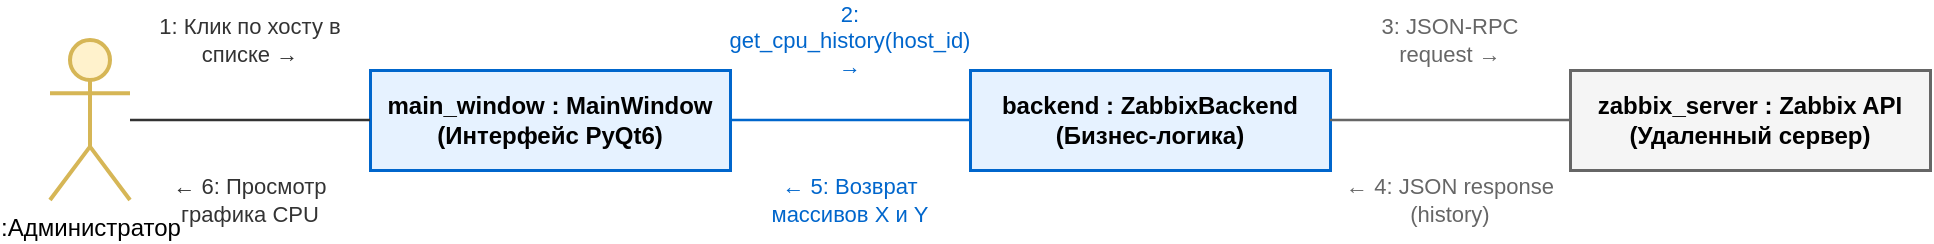
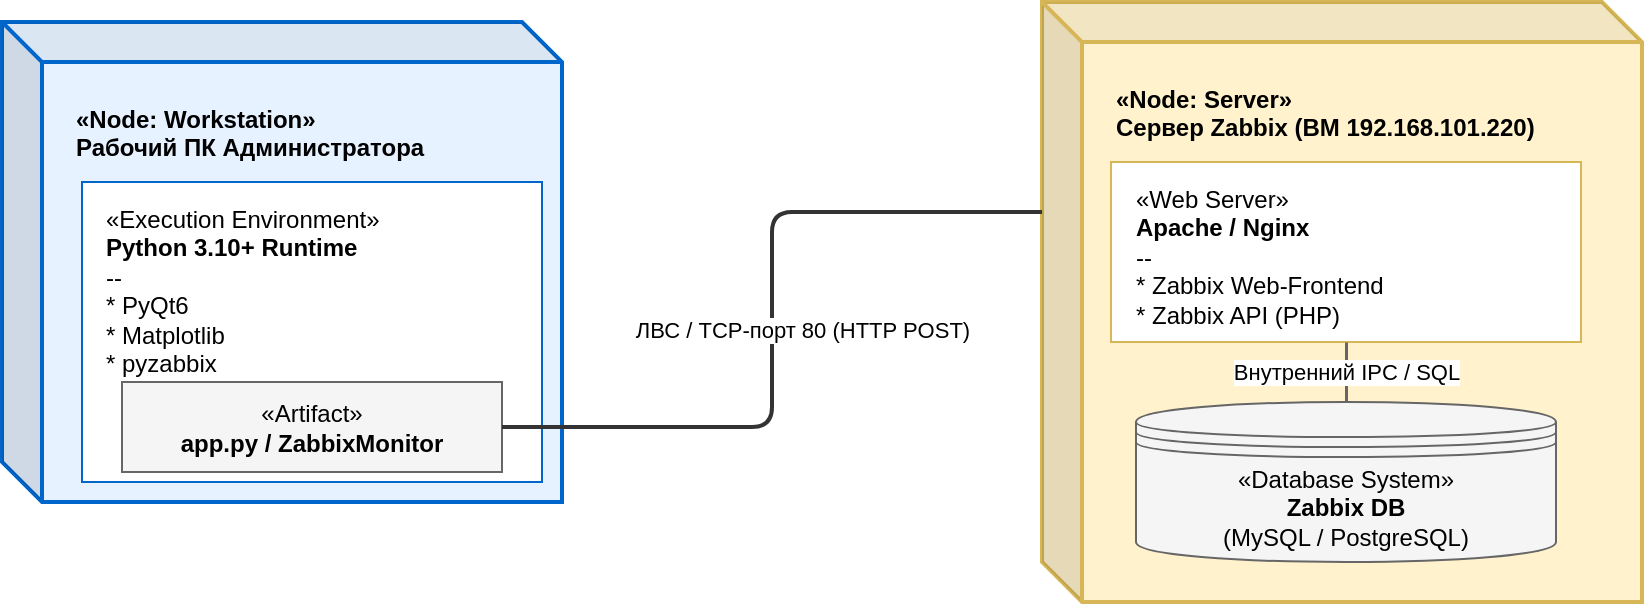
<mxfile host="app.diagrams.net">
-   <diagram name="Диаграмма коопераций" id="65SV-HAAZTgRo7S4jJKr">
-     <mxGraphModel dx="2343" dy="1313" grid="1" gridSize="10" guides="1" tooltips="1" connect="1" arrows="1" fold="1" page="1" pageScale="1" pageWidth="827" pageHeight="1169" math="0" shadow="0">
+   <diagram name="Диаграмма развертываний" id="65SV-HAAZTgRo7S4jJKr">
+     <mxGraphModel dx="1654" dy="927" grid="1" gridSize="10" guides="1" tooltips="1" connect="1" arrows="1" fold="1" page="1" pageScale="1" pageWidth="827" pageHeight="1169" math="0" shadow="0">
      <root>
        <mxCell id="0" />
        <mxCell id="1" parent="0" />
-         <mxCell id="gegtC7HxZWgpFShu-0Bw-50" parent="1" style="shape=umlActor;verticalLabelPosition=bottom;verticalAlign=top;html=1;strokeWidth=2;fillColor=#FFF2CC;strokeColor=#D6B656;" value=":Администратор" vertex="1">
-           <mxGeometry height="80" width="40" x="500" y="510" as="geometry" />
+         <mxCell id="gegtC7HxZWgpFShu-0Bw-42" parent="1" style="shape=cube;whiteSpace=wrap;html=1;boundedLbl=1;backgroundOutline=1;darkOpacity=0.05;darkOpacity2=0.1;fillColor=#E6F2FF;strokeColor=#0066CC;strokeWidth=2;align=left;verticalAlign=top;spacingTop=15;spacingLeft=15;fontStyle=1;" value="«Node: Workstation»&#xa;&lt;b&gt;Рабочий ПК Администратора&lt;/b&gt;" vertex="1">
+           <mxGeometry height="240" width="280" x="220" y="600" as="geometry" />
        </mxCell>
-         <mxCell id="gegtC7HxZWgpFShu-0Bw-51" parent="1" style="html=1;whiteSpace=wrap;fillColor=#E6F2FF;strokeColor=#0066CC;strokeWidth=1.5;fontStyle=1;align=center;" value="main_window : MainWindow&#xa;(Интерфейс PyQt6)" vertex="1">
-           <mxGeometry height="50" width="180" x="660" y="525" as="geometry" />
+         <mxCell id="gegtC7HxZWgpFShu-0Bw-43" parent="gegtC7HxZWgpFShu-0Bw-42" style="html=1;whiteSpace=wrap;fillColor=#FFFFFF;strokeColor=#0066CC;align=left;verticalAlign=top;spacingLeft=10;spacingTop=5;" value="«Execution Environment»&#xa;&lt;b&gt;Python 3.10+ Runtime&lt;/b&gt;&#xa;--&#xa;* PyQt6&#xa;* Matplotlib&#xa;* pyzabbix" vertex="1">
+           <mxGeometry height="150" width="230" x="40" y="80" as="geometry" />
        </mxCell>
-         <mxCell id="gegtC7HxZWgpFShu-0Bw-52" parent="1" style="html=1;whiteSpace=wrap;fillColor=#E6F2FF;strokeColor=#0066CC;strokeWidth=1.5;fontStyle=1;align=center;" value="backend : ZabbixBackend&#xa;(Бизнес-логика)" vertex="1">
-           <mxGeometry height="50" width="180" x="960" y="525" as="geometry" />
+         <mxCell id="gegtC7HxZWgpFShu-0Bw-44" parent="gegtC7HxZWgpFShu-0Bw-43" style="html=1;whiteSpace=wrap;fillColor=#F5F5F5;strokeColor=#666666;" value="«Artifact»&#xa;&lt;b&gt;app.py / ZabbixMonitor&lt;/b&gt;" vertex="1">
+           <mxGeometry height="45" width="190" x="20" y="100" as="geometry" />
        </mxCell>
-         <mxCell id="gegtC7HxZWgpFShu-0Bw-53" parent="1" style="html=1;whiteSpace=wrap;fillColor=#F5F5F5;strokeColor=#666666;strokeWidth=1.5;fontStyle=1;align=center;" value="zabbix_server : Zabbix API&#xa;(Удаленный сервер)" vertex="1">
-           <mxGeometry height="50" width="180" x="1260" y="525" as="geometry" />
+         <mxCell id="gegtC7HxZWgpFShu-0Bw-45" parent="1" style="shape=cube;whiteSpace=wrap;html=1;boundedLbl=1;backgroundOutline=1;darkOpacity=0.05;darkOpacity2=0.1;fillColor=#FFF2CC;strokeColor=#D6B656;strokeWidth=2;align=left;verticalAlign=top;spacingTop=15;spacingLeft=15;fontStyle=1;" value="«Node: Server»&#xa;&lt;b&gt;Сервер Zabbix (ВМ 192.168.101.220)&lt;/b&gt;" vertex="1">
+           <mxGeometry height="300" width="300" x="740" y="590" as="geometry" />
        </mxCell>
-         <mxCell id="gegtC7HxZWgpFShu-0Bw-54" edge="1" parent="1" source="gegtC7HxZWgpFShu-0Bw-50" style="endArrow=none;html=1;strokeWidth=1.2;strokeColor=#333333;" target="gegtC7HxZWgpFShu-0Bw-51">
+         <mxCell id="gegtC7HxZWgpFShu-0Bw-46" parent="gegtC7HxZWgpFShu-0Bw-45" style="html=1;whiteSpace=wrap;fillColor=#FFFFFF;strokeColor=#D6B656;align=left;verticalAlign=top;spacingLeft=10;spacingTop=5;" value="«Web Server»&#xa;&lt;b&gt;Apache / Nginx&lt;/b&gt;&#xa;--&#xa;* Zabbix Web-Frontend&#xa;* Zabbix API (PHP)" vertex="1">
+           <mxGeometry height="90" width="235" x="34.5" y="80" as="geometry" />
+         </mxCell>
+         <mxCell id="gegtC7HxZWgpFShu-0Bw-47" parent="gegtC7HxZWgpFShu-0Bw-45" style="shape=datastore;whiteSpace=wrap;html=1;fillColor=#F5F5F5;strokeColor=#666666;align=center;" value="«Database System»&#xa;&lt;b&gt;Zabbix DB&lt;/b&gt;&#xa;(MySQL / PostgreSQL)" vertex="1">
+           <mxGeometry height="80" width="210" x="47" y="200" as="geometry" />
+         </mxCell>
+         <mxCell id="gegtC7HxZWgpFShu-0Bw-48" edge="1" parent="gegtC7HxZWgpFShu-0Bw-45" source="gegtC7HxZWgpFShu-0Bw-46" style="endArrow=none;html=1;strokeWidth=1.5;strokeColor=#666666;exitX=0.5;exitY=1;entryX=0.5;entryY=0;" target="gegtC7HxZWgpFShu-0Bw-47" value="Внутренний IPC / SQL">
          <mxGeometry relative="1" as="geometry" />
        </mxCell>
-         <mxCell id="gegtC7HxZWgpFShu-0Bw-55" parent="1" style="text;html=1;align=center;verticalAlign=middle;resizable=0;points=[];whiteSpace=wrap;rounded=0;fontSize=11;fontColor=#333333;" value="1: Клик по хосту в списке →" vertex="1">
-           <mxGeometry height="20" width="100" x="550" y="500" as="geometry" />
-         </mxCell>
-         <mxCell id="gegtC7HxZWgpFShu-0Bw-56" parent="1" style="text;html=1;align=center;verticalAlign=middle;resizable=0;points=[];whiteSpace=wrap;rounded=0;fontSize=11;fontColor=#333333;" value="← 6: Просмотр графика CPU" vertex="1">
-           <mxGeometry height="20" width="100" x="550" y="580" as="geometry" />
-         </mxCell>
-         <mxCell id="gegtC7HxZWgpFShu-0Bw-57" edge="1" parent="1" source="gegtC7HxZWgpFShu-0Bw-51" style="endArrow=none;html=1;strokeWidth=1.2;strokeColor=#0066CC;" target="gegtC7HxZWgpFShu-0Bw-52">
-           <mxGeometry relative="1" as="geometry" />
-         </mxCell>
-         <mxCell id="gegtC7HxZWgpFShu-0Bw-58" parent="1" style="text;html=1;align=center;verticalAlign=middle;resizable=0;points=[];whiteSpace=wrap;rounded=0;fontSize=11;fontColor=#0066CC;" value="2: get_cpu_history(host_id) →" vertex="1">
-           <mxGeometry height="20" width="110" x="845" y="500" as="geometry" />
-         </mxCell>
-         <mxCell id="gegtC7HxZWgpFShu-0Bw-59" parent="1" style="text;html=1;align=center;verticalAlign=middle;resizable=0;points=[];whiteSpace=wrap;rounded=0;fontSize=11;fontColor=#0066CC;" value="← 5: Возврат массивов X и Y" vertex="1">
-           <mxGeometry height="20" width="110" x="845" y="580" as="geometry" />
-         </mxCell>
-         <mxCell id="gegtC7HxZWgpFShu-0Bw-60" edge="1" parent="1" source="gegtC7HxZWgpFShu-0Bw-52" style="endArrow=none;html=1;strokeWidth=1.2;strokeColor=#666666;" target="gegtC7HxZWgpFShu-0Bw-53">
-           <mxGeometry relative="1" as="geometry" />
-         </mxCell>
-         <mxCell id="gegtC7HxZWgpFShu-0Bw-61" parent="1" style="text;html=1;align=center;verticalAlign=middle;resizable=0;points=[];whiteSpace=wrap;rounded=0;fontSize=11;fontColor=#666666;" value="3: JSON-RPC request →" vertex="1">
-           <mxGeometry height="20" width="110" x="1145" y="500" as="geometry" />
-         </mxCell>
-         <mxCell id="gegtC7HxZWgpFShu-0Bw-62" parent="1" style="text;html=1;align=center;verticalAlign=middle;resizable=0;points=[];whiteSpace=wrap;rounded=0;fontSize=11;fontColor=#666666;" value="← 4: JSON response (history)" vertex="1">
-           <mxGeometry height="20" width="110" x="1145" y="580" as="geometry" />
+         <mxCell id="gegtC7HxZWgpFShu-0Bw-49" edge="1" parent="1" source="gegtC7HxZWgpFShu-0Bw-44" style="endArrow=none;html=1;strokeWidth=2;strokeColor=#333333;exitX=1;exitY=0.5;entryX=0;entryY=0.35;entryPerimeter=0;edgeStyle=orthogonalEdgeStyle;" target="gegtC7HxZWgpFShu-0Bw-45" value="ЛВС / TCP-порт 80 (HTTP POST)">
+           <mxGeometry relative="1" x="-0.027" y="-15" as="geometry">
+             <mxPoint as="offset" />
+           </mxGeometry>
        </mxCell>
      </root>
    </mxGraphModel>
  </diagram>
</mxfile>
